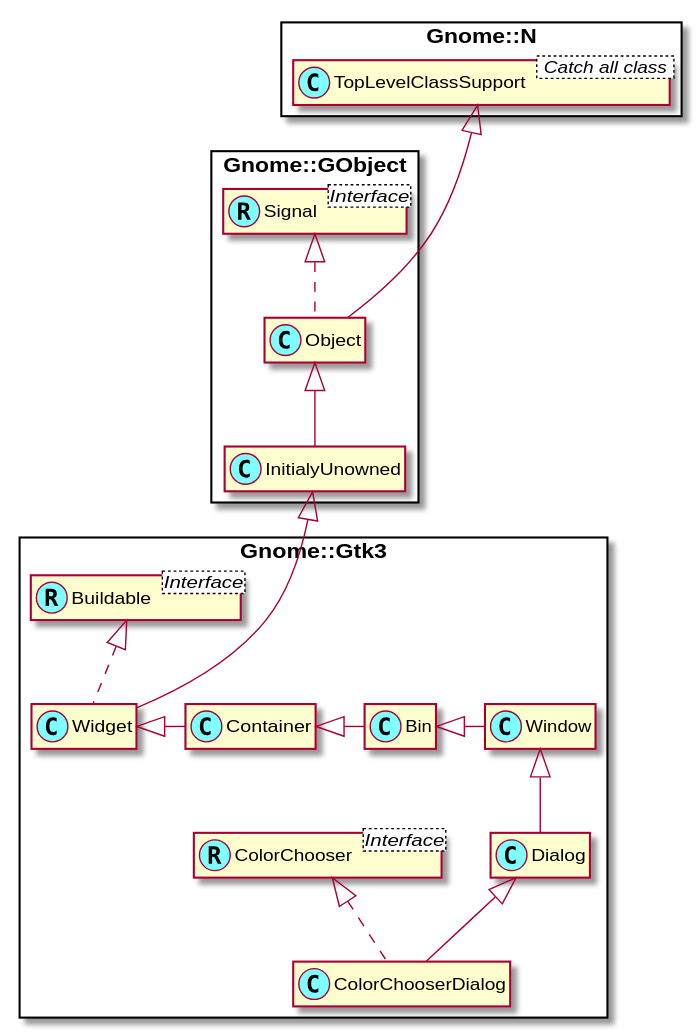
Before: docs/content-docs/reference/Gtk3/plantuml/ColorChooserDialog.svg, a diagram exported from PlantUML (MARTIMM/gnome-gtk3).
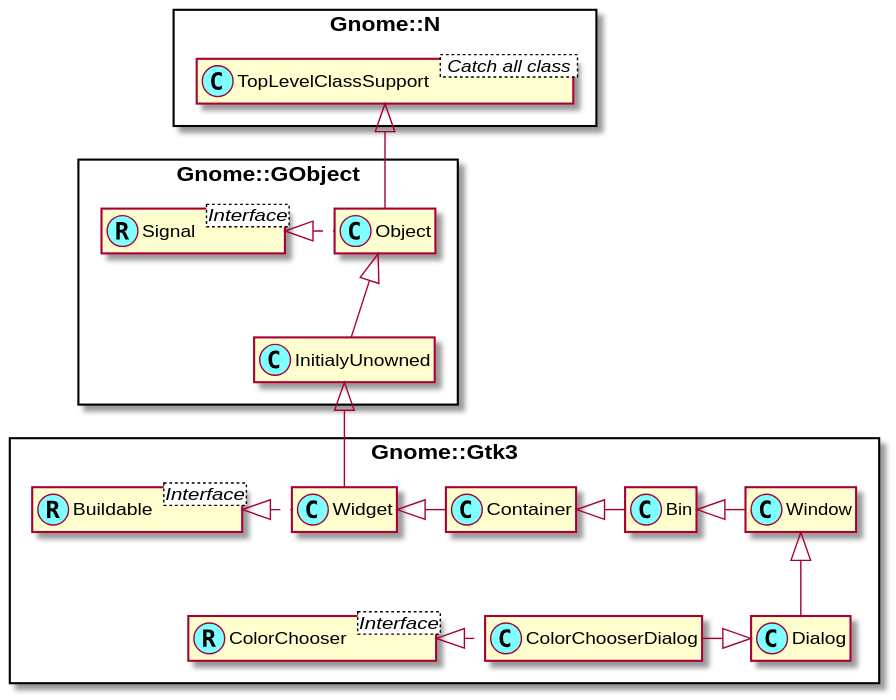
After the commit.

Diff of the diagram source:
```diff
@@ -17,22 +17,24 @@
 
 
 
-Gnome::N::TopLevelClassSupport <|--- Gnome::GObject::Object
+Gnome::N::TopLevelClassSupport <|-- Gnome::GObject::Object
 Gnome::GObject::Object <|-- Gnome::GObject::InitialyUnowned
-Gnome::GObject::Signal <|.. Gnome::GObject::Object
+Gnome::GObject::Signal <|. Gnome::GObject::Object
 
-Gnome::GObject::InitialyUnowned <|--- Gnome::Gtk3::Widget
+Gnome::GObject::InitialyUnowned <|-- Gnome::Gtk3::Widget
 
 Gnome::Gtk3::Widget <|- Gnome::Gtk3::Container
+Gnome::Gtk3::Buildable <|. Gnome::Gtk3::Widget
+
 Gnome::Gtk3::Container <|- Gnome::Gtk3::Bin
 Gnome::Gtk3::Bin <|- Gnome::Gtk3::Window
 Gnome::Gtk3::Window <|-- Gnome::Gtk3::Dialog
 
-Gnome::Gtk3::Dialog <|-- Gnome::Gtk3::ColorChooserDialog
+
+Gnome::Gtk3::ColorChooserDialog -|> Gnome::Gtk3::Dialog
+Gnome::Gtk3::ColorChooser <|. Gnome::Gtk3::ColorChooserDialog
 
 
 
-Gnome::Gtk3::Buildable <|.. Gnome::Gtk3::Widget
-Gnome::Gtk3::ColorChooser <|.. Gnome::Gtk3::ColorChooserDialog
 
 @enduml
```
